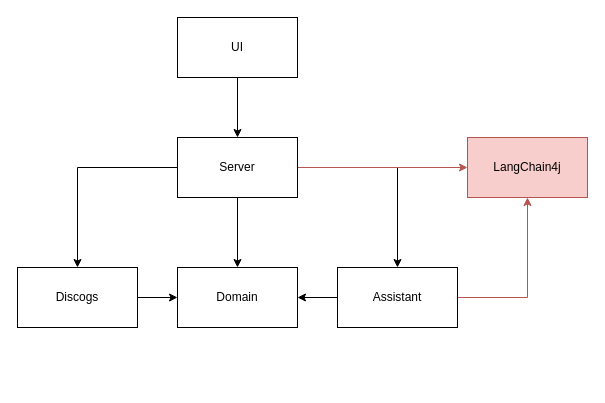
Before: assets/vinyl-recommender-architecture.drawio in gpr-indevelopment/ai-vinyl-specialist, a draw.io diagram. Source tidied: cells renumbered, new cells numbered last; positions are measured from the earlier drawing's top-left corner, leaving out a move shared by most shapes. Both pictures are drawn from the tidied source at 100%, with x=0, y=0 at pixel (17, 17).
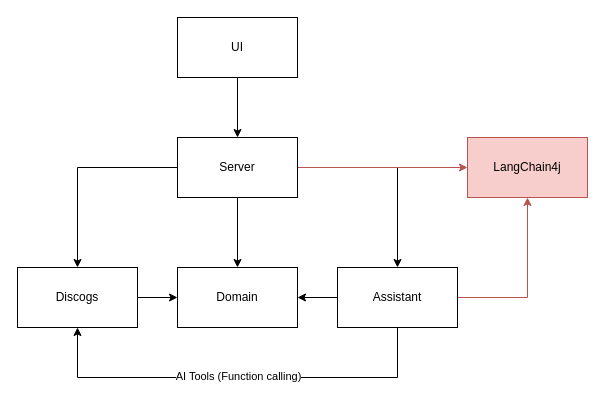
Above is the later version.

Commit message (it also covers changes not shown here):
Add working tools implementation

The change refers to these unchanged cells:
```xml
<mxCell id="8" value="Discogs" style="rounded=0;whiteSpace=wrap;html=1;" parent="1" vertex="1">
  <mxGeometry y="250" width="120" height="60" as="geometry" />
</mxCell>
<mxCell id="12" value="Assistant" style="rounded=0;whiteSpace=wrap;html=1;" parent="1" vertex="1">
  <mxGeometry x="320" y="250" width="120" height="60" as="geometry" />
</mxCell>
```

What changed in the source:
```diff
@@
+    <mxCell id="16" style="edgeStyle=orthogonalEdgeStyle;rounded=0;jettySize=auto;html=1;entryX=0.5;entryY=1;entryDx=0;entryDy=0;" parent="1" edge="1" source="12" target="8">
+      <mxGeometry relative="1" as="geometry">
+        <Array as="points">
+          <mxPoint x="380" y="360" />
+          <mxPoint x="60" y="360" />
+        </Array>
+      </mxGeometry>
+    </mxCell>
+    <mxCell id="17" value="AI Tools (Function calling)" style="edgeLabel;html=1;align=center;verticalAlign=middle;" parent="16" vertex="1">
+      <mxGeometry x="-0.17" y="-2" relative="1" as="geometry">
+        <mxPoint x="-36" as="offset" />
+      </mxGeometry>
+    </mxCell>
```
